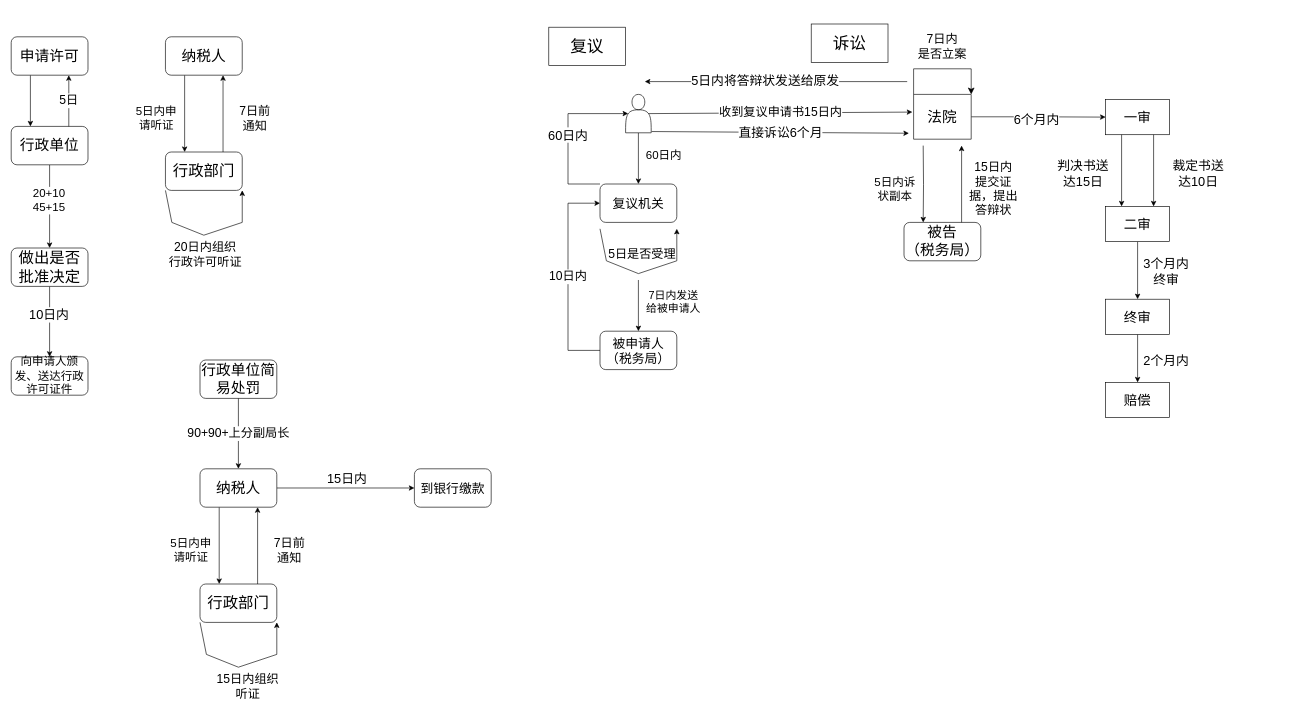
Earlier version of the draw.io diagram 执法资格考试.drawio (FelixTt/repositoryForDraw.io). Source tidied: cells renumbered, new cells numbered last; positions are measured from the earlier drawing's top-left corner, leaving out a move shared by most shapes. Both pictures are drawn from the tidied source at 64%, with x=0, y=0 at pixel (11, 24).
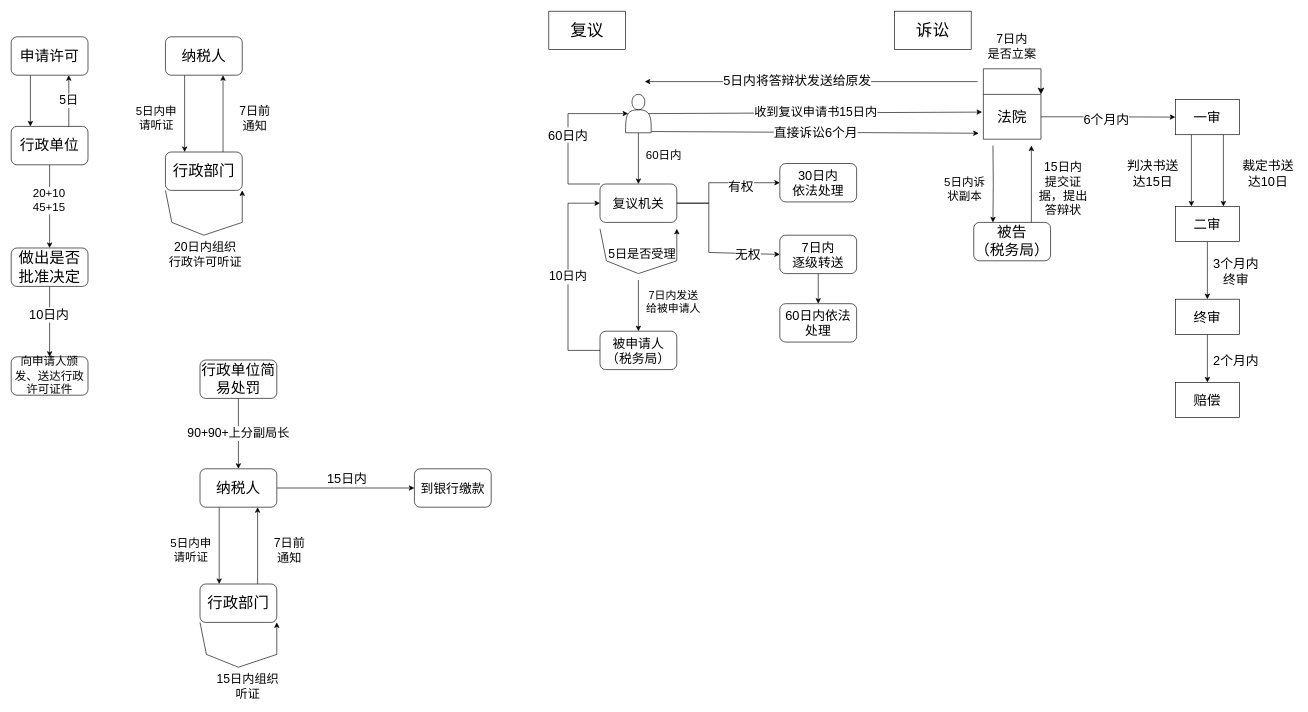
After the change.

Commit message (it also covers changes not shown here):
更新执法资格考试.drawio

The change refers to these unchanged cells:
```xml
<mxCell id="32" value="&lt;font style=&quot;font-size: 20px;&quot;&gt;复议机关&lt;/font&gt;" style="rounded=1;whiteSpace=wrap;html=1;" parent="1" vertex="1">
  <mxGeometry x="920" y="250" width="120" height="60" as="geometry" />
</mxCell>
```

Diff of the diagram source:
```diff
@@
-<mxGraphModel>
+<mxGraphModel background="#ffffff">
@@
     <mxCell id="34" value="&lt;font style=&quot;font-size: 26px;&quot;&gt;复议&lt;/font&gt;" style="rounded=0;whiteSpace=wrap;html=1;" parent="1" vertex="1">
-      <mxGeometry x="840" y="5" width="120" height="60" as="geometry" />
+      <mxGeometry x="840" y="-20" width="120" height="60" as="geometry" />
     </mxCell>
@@
     <mxCell id="46" value="&lt;font style=&quot;font-size: 23px;&quot;&gt;法院&lt;/font&gt;" style="shape=loopLimit;whiteSpace=wrap;html=1;size=0;" parent="1" vertex="1">
-      <mxGeometry x="1410" y="110" width="90" height="70" as="geometry" />
+      <mxGeometry x="1519" y="110" width="90" height="70" as="geometry" />
     </mxCell>
     <mxCell id="47" value="&lt;font style=&quot;font-size: 26px;&quot;&gt;诉讼&lt;/font&gt;" style="rounded=0;whiteSpace=wrap;html=1;" parent="1" vertex="1">
-      <mxGeometry x="1250" width="120" height="60" as="geometry" />
+      <mxGeometry x="1380" y="-20" width="120" height="60" as="geometry" />
     </mxCell>
     <mxCell id="48" style="edgeStyle=elbowEdgeStyle;elbow=horizontal;endArrow=classic;html=1;curved=0;rounded=0;endSize=8;startSize=8;exitX=0;exitY=0;exitDx=0;exitDy=0;entryX=1;entryY=0;entryDx=0;entryDy=0;" parent="1" edge="1" source="46" target="46">
       <mxGeometry relative="1" as="geometry">
         <Array as="points">
-          <mxPoint x="1430" y="70" />
-          <mxPoint x="1455" y="50" />
+          <mxPoint x="1539" y="70" />
+          <mxPoint x="1564" y="50" />
         </Array>
       </mxGeometry>
     </mxCell>
     <mxCell id="49" value="&lt;font style=&quot;font-size: 19px;&quot;&gt;7日内&lt;br&gt;是否立案&lt;/font&gt;" style="text;html=1;strokeColor=none;fillColor=none;align=center;verticalAlign=middle;whiteSpace=wrap;rounded=0;" parent="1" vertex="1">
-      <mxGeometry x="1410" y="20" width="90" height="30" as="geometry" />
+      <mxGeometry x="1519" y="20" width="90" height="30" as="geometry" />
     </mxCell>
     <mxCell id="50" style="edgeStyle=orthogonalEdgeStyle;rounded=0;jettySize=auto;html=1;exitX=0.25;exitY=1;exitDx=0;exitDy=0;entryX=0.25;entryY=0;entryDx=0;entryDy=0;" parent="1" edge="1" target="51">
       <mxGeometry relative="1" as="geometry">
-        <mxPoint x="1425" y="190" as="sourcePoint" />
+        <mxPoint x="1534" y="190" as="sourcePoint" />
       </mxGeometry>
     </mxCell>
     <mxCell id="51" value="&lt;font style=&quot;font-size: 23px;&quot;&gt;被告&lt;br&gt;（税务局）&lt;/font&gt;" style="whiteSpace=wrap;html=1;rounded=1;" parent="1" vertex="1">
-      <mxGeometry x="1395" y="310" width="120" height="60" as="geometry" />
+      <mxGeometry x="1504" y="310" width="120" height="60" as="geometry" />
     </mxCell>
     <mxCell id="52" value="&lt;font style=&quot;font-size: 19px;&quot;&gt;15日内提交证据，提出答辩状&lt;br&gt;&lt;/font&gt;" style="text;html=1;strokeColor=none;fillColor=none;align=center;verticalAlign=middle;whiteSpace=wrap;rounded=0;" parent="1" vertex="1">
-      <mxGeometry x="1495" y="218" width="80" height="80" as="geometry" />
+      <mxGeometry x="1604" y="218" width="80" height="80" as="geometry" />
     </mxCell>
     <mxCell id="53" value="&lt;font style=&quot;font-size: 18px;&quot;&gt;5日内诉状副本&lt;/font&gt;" style="text;html=1;strokeColor=none;fillColor=none;align=center;verticalAlign=middle;whiteSpace=wrap;rounded=0;" parent="1" vertex="1">
-      <mxGeometry x="1341" y="218" width="80" height="80" as="geometry" />
+      <mxGeometry x="1450" y="218" width="80" height="80" as="geometry" />
     </mxCell>
     <mxCell id="54" style="endArrow=classic;html=1;rounded=0;exitX=0.75;exitY=0;exitDx=0;exitDy=0;entryX=0.75;entryY=1;entryDx=0;entryDy=0;" parent="1" edge="1" source="51">
       <mxGeometry relative="1" as="geometry">
-        <mxPoint x="1485" y="190" as="targetPoint" />
+        <mxPoint x="1594" y="190" as="targetPoint" />
       </mxGeometry>
     </mxCell>
     <mxCell id="55" style="endArrow=classic;html=1;rounded=0;" parent="1" edge="1">
       <mxGeometry relative="1" as="geometry">
-        <mxPoint x="1400" y="90" as="sourcePoint" />
+        <mxPoint x="1510" y="90" as="sourcePoint" />
         <mxPoint x="990" y="90" as="targetPoint" />
       </mxGeometry>
     </mxCell>
@@
     <mxCell id="57" value="&lt;font style=&quot;font-size: 21px;&quot;&gt;一审&lt;/font&gt;" style="rounded=0;whiteSpace=wrap;html=1;" parent="1" vertex="1">
-      <mxGeometry x="1710" y="118" width="100" height="55" as="geometry" />
+      <mxGeometry x="1819" y="118" width="100" height="55" as="geometry" />
     </mxCell>
@@
     <mxCell id="59" value="&lt;font style=&quot;font-size: 21px;&quot;&gt;二审&lt;/font&gt;" style="rounded=0;whiteSpace=wrap;html=1;" parent="1" vertex="1">
-      <mxGeometry x="1710" y="285" width="100" height="55" as="geometry" />
+      <mxGeometry x="1819" y="285" width="100" height="55" as="geometry" />
     </mxCell>
@@
     <mxCell id="61" value="&lt;font style=&quot;font-size: 20px;&quot;&gt;判决书送达15日&lt;/font&gt;" style="text;html=1;strokeColor=none;fillColor=none;align=center;verticalAlign=middle;whiteSpace=wrap;rounded=0;" parent="1" vertex="1">
-      <mxGeometry x="1630" y="205" width="90" height="55" as="geometry" />
+      <mxGeometry x="1739" y="205" width="90" height="55" as="geometry" />
     </mxCell>
@@
     <mxCell id="63" value="&lt;font style=&quot;font-size: 20px;&quot;&gt;裁定书送达10日&lt;/font&gt;" style="text;html=1;strokeColor=none;fillColor=none;align=center;verticalAlign=middle;whiteSpace=wrap;rounded=0;" parent="1" vertex="1">
-      <mxGeometry x="1810" y="205" width="90" height="55" as="geometry" />
+      <mxGeometry x="1919" y="205" width="90" height="55" as="geometry" />
     </mxCell>
@@
     <mxCell id="65" value="&lt;font style=&quot;font-size: 21px;&quot;&gt;终审&lt;/font&gt;" style="rounded=0;whiteSpace=wrap;html=1;" parent="1" vertex="1">
-      <mxGeometry x="1710" y="430" width="100" height="55" as="geometry" />
+      <mxGeometry x="1819" y="430" width="100" height="55" as="geometry" />
     </mxCell>
     <mxCell id="66" value="&lt;font style=&quot;font-size: 20px;&quot;&gt;3个月内终审&lt;/font&gt;" style="text;html=1;strokeColor=none;fillColor=none;align=center;verticalAlign=middle;whiteSpace=wrap;rounded=0;" parent="1" vertex="1">
-      <mxGeometry x="1760" y="358" width="90" height="55" as="geometry" />
+      <mxGeometry x="1869" y="358" width="90" height="55" as="geometry" />
     </mxCell>
     <mxCell id="67" value="&lt;font style=&quot;font-size: 21px;&quot;&gt;赔偿&lt;/font&gt;" style="rounded=0;whiteSpace=wrap;html=1;" parent="1" vertex="1">
-      <mxGeometry x="1710" y="560" width="100" height="55" as="geometry" />
+      <mxGeometry x="1819" y="560" width="100" height="55" as="geometry" />
     </mxCell>
     <mxCell id="68" value="&lt;font style=&quot;font-size: 20px;&quot;&gt;2个月内&lt;/font&gt;" style="text;html=1;strokeColor=none;fillColor=none;align=center;verticalAlign=middle;whiteSpace=wrap;rounded=0;" parent="1" vertex="1">
-      <mxGeometry x="1760" y="497" width="90" height="55" as="geometry" />
+      <mxGeometry x="1869" y="497" width="90" height="55" as="geometry" />
     </mxCell>
@@
+    <mxCell id="72" value="&lt;font style=&quot;font-size: 20px;&quot;&gt;30日内&lt;br&gt;依法处理&lt;/font&gt;" style="rounded=1;whiteSpace=wrap;html=1;" parent="1" vertex="1">
+      <mxGeometry x="1201" y="218" width="120" height="60" as="geometry" />
+    </mxCell>
+    <mxCell id="73" style="edgeStyle=orthogonalEdgeStyle;rounded=0;jettySize=auto;html=1;" parent="1" edge="1" source="74" target="75">
+      <mxGeometry relative="1" as="geometry" />
+    </mxCell>
+    <mxCell id="74" value="&lt;font style=&quot;font-size: 20px;&quot;&gt;7日内&lt;br&gt;逐级转送&lt;/font&gt;" style="rounded=1;whiteSpace=wrap;html=1;" parent="1" vertex="1">
+      <mxGeometry x="1201" y="330" width="120" height="60" as="geometry" />
+    </mxCell>
+    <mxCell id="75" value="&lt;font style=&quot;font-size: 20px;&quot;&gt;60日内依法处理&lt;/font&gt;" style="whiteSpace=wrap;html=1;rounded=1;" parent="1" vertex="1">
+      <mxGeometry x="1201" y="437" width="120" height="60" as="geometry" />
+    </mxCell>
+    <mxCell id="76" style="endArrow=classic;html=1;rounded=0;exitX=1;exitY=0.5;exitDx=0;exitDy=0;entryX=0;entryY=0.5;entryDx=0;entryDy=0;" parent="1" edge="1" source="32" target="72">
+      <mxGeometry relative="1" as="geometry">
+        <Array as="points">
+          <mxPoint x="1090" y="280" />
+          <mxPoint x="1090" y="248" />
+        </Array>
+      </mxGeometry>
+    </mxCell>
+    <mxCell id="77" value="&lt;font style=&quot;font-size: 20px;&quot;&gt;有权&lt;/font&gt;" style="edgeLabel;html=1;align=center;verticalAlign=middle;" parent="76" vertex="1">
+      <mxGeometry x="0.36" y="-4" relative="1" as="geometry" />
+    </mxCell>
+    <mxCell id="78" style="endArrow=classic;html=1;rounded=0;exitX=1;exitY=0.5;exitDx=0;exitDy=0;entryX=0;entryY=0.5;entryDx=0;entryDy=0;" parent="1" edge="1" source="32" target="74">
+      <mxGeometry relative="1" as="geometry">
+        <Array as="points">
+          <mxPoint x="1090" y="280" />
+          <mxPoint x="1090" y="357" />
+        </Array>
+      </mxGeometry>
+    </mxCell>
+    <mxCell id="79" value="&lt;font style=&quot;font-size: 20px;&quot;&gt;无权&lt;/font&gt;" style="edgeLabel;html=1;align=center;verticalAlign=middle;" parent="78" vertex="1">
+      <mxGeometry x="0.58" relative="1" as="geometry" />
+    </mxCell>
```
